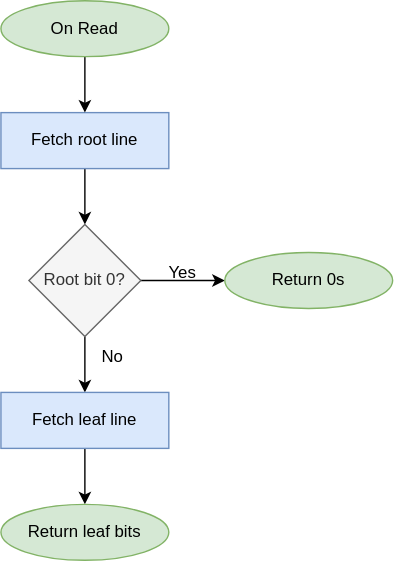
Before: documents/dissertation/resources/ETM-Read.drawio.svg, a diagram exported from draw.io (Manby/CHERI-Tag-Controller). Source tidied: cells renumbered, new cells last; positions are measured from the earlier drawing's top-left corner, leaving out a move shared by most shapes. The source it was exported from:
```xml
<mxGraphModel>
  <root>
    <mxCell id="0" />
    <mxCell id="1" parent="0" />
    <mxCell id="2" style="edgeStyle=orthogonalEdgeStyle;rounded=0;jettySize=auto;html=1;entryX=0.5;entryY=0;entryDx=0;entryDy=0;" parent="1" edge="1" source="3" target="8">
      <mxGeometry relative="1" as="geometry" />
    </mxCell>
    <mxCell id="3" value="Fetch root line" style="rounded=1;whiteSpace=wrap;html=1;fontSize=12;glass=0;strokeWidth=1;shadow=0;arcSize=0;fillColor=#dae8fc;strokeColor=#6c8ebf;" parent="1" vertex="1">
      <mxGeometry y="80" width="120" height="40" as="geometry" />
    </mxCell>
    <mxCell id="4" style="edgeStyle=orthogonalEdgeStyle;rounded=0;jettySize=auto;html=1;entryX=0.5;entryY=0;entryDx=0;entryDy=0;" parent="1" edge="1" source="5" target="3">
      <mxGeometry relative="1" as="geometry" />
    </mxCell>
    <mxCell id="5" value="On Read" style="ellipse;whiteSpace=wrap;html=1;fillColor=#d5e8d4;strokeColor=#82b366;" parent="1" vertex="1">
      <mxGeometry width="120" height="40" as="geometry" />
    </mxCell>
    <mxCell id="6" style="edgeStyle=orthogonalEdgeStyle;rounded=0;jettySize=auto;html=1;entryX=0;entryY=0.5;entryDx=0;entryDy=0;" parent="1" edge="1" source="8" target="9">
      <mxGeometry relative="1" as="geometry" />
    </mxCell>
    <mxCell id="7" style="edgeStyle=orthogonalEdgeStyle;rounded=0;jettySize=auto;html=1;entryX=0.5;entryY=0;entryDx=0;entryDy=0;" parent="1" edge="1" source="8" target="12">
      <mxGeometry relative="1" as="geometry" />
    </mxCell>
    <mxCell id="8" value="Root bit 0?" style="rhombus;whiteSpace=wrap;html=1;fillColor=#f5f5f5;fontColor=#333333;strokeColor=#666666;" parent="1" vertex="1">
      <mxGeometry x="20" y="160" width="80" height="80" as="geometry" />
    </mxCell>
    <mxCell id="9" value="Return 0s" style="ellipse;whiteSpace=wrap;html=1;fillColor=#d5e8d4;strokeColor=#82b366;" parent="1" vertex="1">
      <mxGeometry x="160" y="180" width="120" height="40" as="geometry" />
    </mxCell>
    <mxCell id="10" value="Yes" style="text;html=1;strokeColor=none;fillColor=none;align=center;verticalAlign=middle;whiteSpace=wrap;rounded=0;" parent="1" vertex="1">
      <mxGeometry x="100" y="180" width="60" height="30" as="geometry" />
    </mxCell>
    <mxCell id="11" style="edgeStyle=orthogonalEdgeStyle;rounded=0;jettySize=auto;html=1;entryX=0.5;entryY=0;entryDx=0;entryDy=0;" parent="1" edge="1" source="12">
      <mxGeometry relative="1" as="geometry">
        <mxPoint x="60" y="360" as="targetPoint" />
      </mxGeometry>
    </mxCell>
    <mxCell id="12" value="Fetch leaf line" style="rounded=1;whiteSpace=wrap;html=1;fontSize=12;glass=0;strokeWidth=1;shadow=0;arcSize=0;fillColor=#dae8fc;strokeColor=#6c8ebf;" parent="1" vertex="1">
      <mxGeometry y="280" width="120" height="40" as="geometry" />
    </mxCell>
    <mxCell id="13" value="No" style="text;html=1;strokeColor=none;fillColor=none;align=center;verticalAlign=middle;whiteSpace=wrap;rounded=0;" parent="1" vertex="1">
      <mxGeometry x="50" y="240" width="60" height="30" as="geometry" />
    </mxCell>
    <mxCell id="14" value="Return leaf bits" style="ellipse;whiteSpace=wrap;html=1;fillColor=#d5e8d4;strokeColor=#82b366;" parent="1" vertex="1">
      <mxGeometry y="360" width="120" height="40" as="geometry" />
    </mxCell>
  </root>
</mxGraphModel>
```
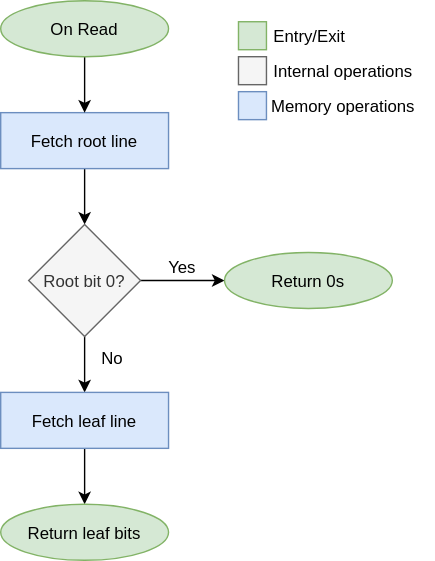
Later version of the same file.

The edit, as a diff of the source:
```diff
@@ -2,46 +2,64 @@
   <root>
     <mxCell id="0" />
     <mxCell id="1" parent="0" />
-    <mxCell id="2" style="edgeStyle=orthogonalEdgeStyle;rounded=0;jettySize=auto;html=1;entryX=0.5;entryY=0;entryDx=0;entryDy=0;" parent="1" edge="1" source="3" target="8">
+    <mxCell id="2" style="edgeStyle=orthogonalEdgeStyle;rounded=0;jettySize=auto;entryX=0.5;entryY=0;entryDx=0;entryDy=0;" parent="1" edge="1" source="3" target="8">
       <mxGeometry relative="1" as="geometry" />
     </mxCell>
-    <mxCell id="3" value="Fetch root line" style="rounded=1;whiteSpace=wrap;html=1;fontSize=12;glass=0;strokeWidth=1;shadow=0;arcSize=0;fillColor=#dae8fc;strokeColor=#6c8ebf;" parent="1" vertex="1">
+    <mxCell id="3" value="Fetch root line" style="rounded=1;fontSize=12;glass=0;strokeWidth=1;shadow=0;arcSize=0;fillColor=#dae8fc;strokeColor=#6c8ebf;" parent="1" vertex="1">
       <mxGeometry y="80" width="120" height="40" as="geometry" />
     </mxCell>
-    <mxCell id="4" style="edgeStyle=orthogonalEdgeStyle;rounded=0;jettySize=auto;html=1;entryX=0.5;entryY=0;entryDx=0;entryDy=0;" parent="1" edge="1" source="5" target="3">
+    <mxCell id="4" style="edgeStyle=orthogonalEdgeStyle;rounded=0;jettySize=auto;entryX=0.5;entryY=0;entryDx=0;entryDy=0;" parent="1" edge="1" source="5" target="3">
       <mxGeometry relative="1" as="geometry" />
     </mxCell>
-    <mxCell id="5" value="On Read" style="ellipse;whiteSpace=wrap;html=1;fillColor=#d5e8d4;strokeColor=#82b366;" parent="1" vertex="1">
+    <mxCell id="5" value="On Read" style="ellipse;fillColor=#d5e8d4;strokeColor=#82b366;" parent="1" vertex="1">
       <mxGeometry width="120" height="40" as="geometry" />
     </mxCell>
-    <mxCell id="6" style="edgeStyle=orthogonalEdgeStyle;rounded=0;jettySize=auto;html=1;entryX=0;entryY=0.5;entryDx=0;entryDy=0;" parent="1" edge="1" source="8" target="9">
+    <mxCell id="6" style="edgeStyle=orthogonalEdgeStyle;rounded=0;jettySize=auto;entryX=0;entryY=0.5;entryDx=0;entryDy=0;" parent="1" edge="1" source="8" target="9">
       <mxGeometry relative="1" as="geometry" />
     </mxCell>
-    <mxCell id="7" style="edgeStyle=orthogonalEdgeStyle;rounded=0;jettySize=auto;html=1;entryX=0.5;entryY=0;entryDx=0;entryDy=0;" parent="1" edge="1" source="8" target="12">
+    <mxCell id="7" style="edgeStyle=orthogonalEdgeStyle;rounded=0;jettySize=auto;entryX=0.5;entryY=0;entryDx=0;entryDy=0;" parent="1" edge="1" source="8" target="12">
       <mxGeometry relative="1" as="geometry" />
     </mxCell>
-    <mxCell id="8" value="Root bit 0?" style="rhombus;whiteSpace=wrap;html=1;fillColor=#f5f5f5;fontColor=#333333;strokeColor=#666666;" parent="1" vertex="1">
+    <mxCell id="8" value="Root bit 0?" style="rhombus;fillColor=#f5f5f5;fontColor=#333333;strokeColor=#666666;" parent="1" vertex="1">
       <mxGeometry x="20" y="160" width="80" height="80" as="geometry" />
     </mxCell>
-    <mxCell id="9" value="Return 0s" style="ellipse;whiteSpace=wrap;html=1;fillColor=#d5e8d4;strokeColor=#82b366;" parent="1" vertex="1">
+    <mxCell id="9" value="Return 0s" style="ellipse;fillColor=#d5e8d4;strokeColor=#82b366;" parent="1" vertex="1">
       <mxGeometry x="160" y="180" width="120" height="40" as="geometry" />
     </mxCell>
-    <mxCell id="10" value="Yes" style="text;html=1;strokeColor=none;fillColor=none;align=center;verticalAlign=middle;whiteSpace=wrap;rounded=0;" parent="1" vertex="1">
-      <mxGeometry x="100" y="180" width="60" height="30" as="geometry" />
+    <mxCell id="10" value="Yes" style="text;strokeColor=none;fillColor=none;align=center;verticalAlign=middle;rounded=0;" parent="1" vertex="1">
+      <mxGeometry x="100" y="175" width="60" height="30" as="geometry" />
     </mxCell>
-    <mxCell id="11" style="edgeStyle=orthogonalEdgeStyle;rounded=0;jettySize=auto;html=1;entryX=0.5;entryY=0;entryDx=0;entryDy=0;" parent="1" edge="1" source="12">
+    <mxCell id="11" style="edgeStyle=orthogonalEdgeStyle;rounded=0;jettySize=auto;entryX=0.5;entryY=0;entryDx=0;entryDy=0;" parent="1" edge="1" source="12">
       <mxGeometry relative="1" as="geometry">
         <mxPoint x="60" y="360" as="targetPoint" />
       </mxGeometry>
     </mxCell>
-    <mxCell id="12" value="Fetch leaf line" style="rounded=1;whiteSpace=wrap;html=1;fontSize=12;glass=0;strokeWidth=1;shadow=0;arcSize=0;fillColor=#dae8fc;strokeColor=#6c8ebf;" parent="1" vertex="1">
+    <mxCell id="12" value="Fetch leaf line" style="rounded=1;fontSize=12;glass=0;strokeWidth=1;shadow=0;arcSize=0;fillColor=#dae8fc;strokeColor=#6c8ebf;" parent="1" vertex="1">
       <mxGeometry y="280" width="120" height="40" as="geometry" />
     </mxCell>
-    <mxCell id="13" value="No" style="text;html=1;strokeColor=none;fillColor=none;align=center;verticalAlign=middle;whiteSpace=wrap;rounded=0;" parent="1" vertex="1">
+    <mxCell id="13" value="No" style="text;strokeColor=none;fillColor=none;align=center;verticalAlign=middle;rounded=0;" parent="1" vertex="1">
       <mxGeometry x="50" y="240" width="60" height="30" as="geometry" />
     </mxCell>
-    <mxCell id="14" value="Return leaf bits" style="ellipse;whiteSpace=wrap;html=1;fillColor=#d5e8d4;strokeColor=#82b366;" parent="1" vertex="1">
+    <mxCell id="14" value="Return leaf bits" style="ellipse;fillColor=#d5e8d4;strokeColor=#82b366;" parent="1" vertex="1">
       <mxGeometry y="360" width="120" height="40" as="geometry" />
     </mxCell>
+    <mxCell id="15" style="rounded=0;fillColor=#d5e8d4;strokeColor=#82b366;" parent="1" vertex="1">
+      <mxGeometry x="170" y="15" width="20" height="20" as="geometry" />
+    </mxCell>
+    <mxCell id="16" value="Entry/Exit" style="text;align=center;verticalAlign=middle;strokeColor=none;fillColor=none;" parent="1" vertex="1">
+      <mxGeometry x="186" y="10" width="70" height="30" as="geometry" />
+    </mxCell>
+    <mxCell id="17" style="rounded=0;fillColor=#f5f5f5;fontColor=#333333;strokeColor=#666666;" parent="1" vertex="1">
+      <mxGeometry x="170" y="40" width="20" height="20" as="geometry" />
+    </mxCell>
+    <mxCell id="18" value="Internal operations" style="text;align=center;verticalAlign=middle;strokeColor=none;fillColor=none;" parent="1" vertex="1">
+      <mxGeometry x="185" y="35" width="120" height="30" as="geometry" />
+    </mxCell>
+    <mxCell id="19" style="rounded=0;fillColor=#dae8fc;strokeColor=#6c8ebf;" parent="1" vertex="1">
+      <mxGeometry x="170" y="65" width="20" height="20" as="geometry" />
+    </mxCell>
+    <mxCell id="20" value="Memory operations" style="text;align=center;verticalAlign=middle;strokeColor=none;fillColor=none;" parent="1" vertex="1">
+      <mxGeometry x="180" y="60" width="130" height="30" as="geometry" />
+    </mxCell>
   </root>
 </mxGraphModel>
```
